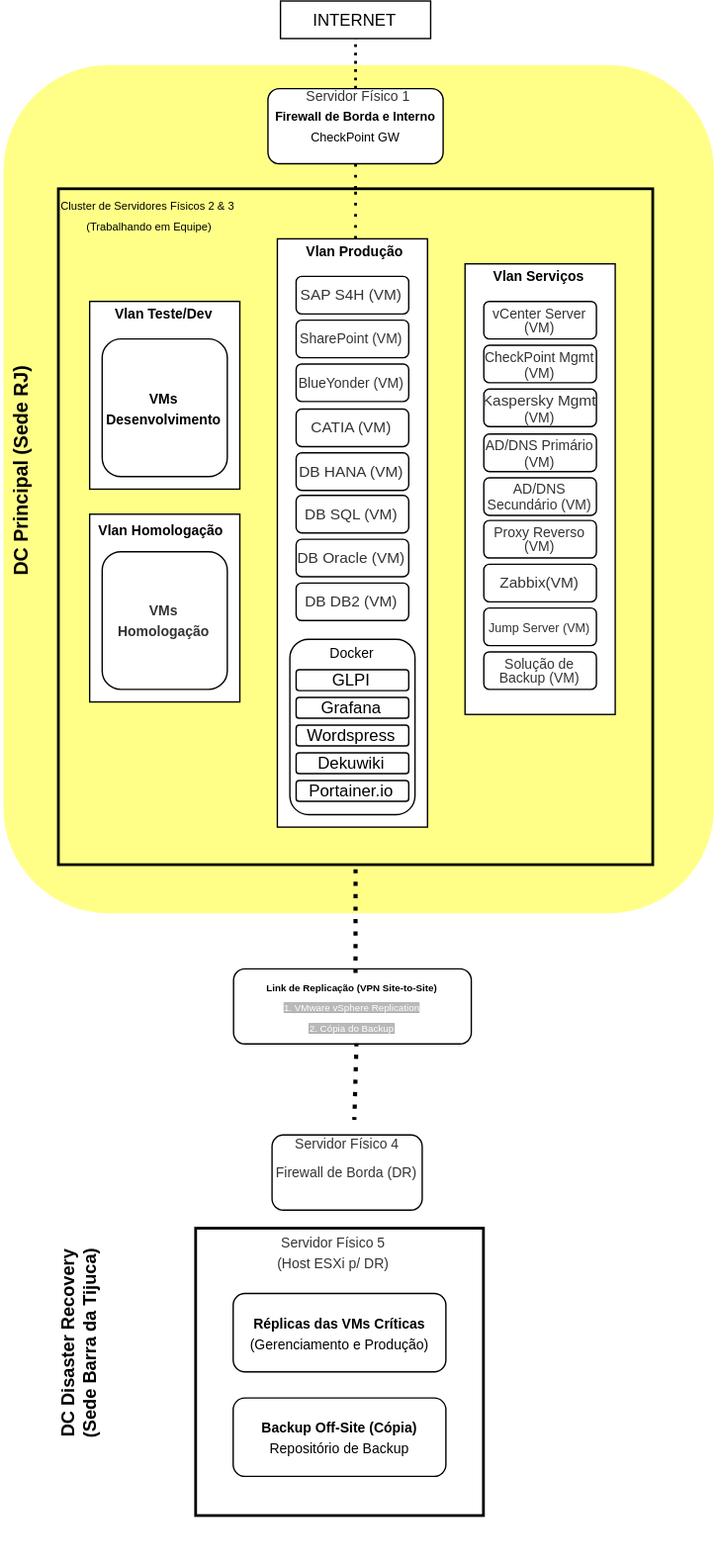
The draw.io diagram New Topografia VW.drawio.svg in amaro-netto/infraestrutura, before a commit. Source tidied: cells renumbered, new cells last; positions are measured from the earlier drawing's top-left corner, leaving out a move shared by most shapes.
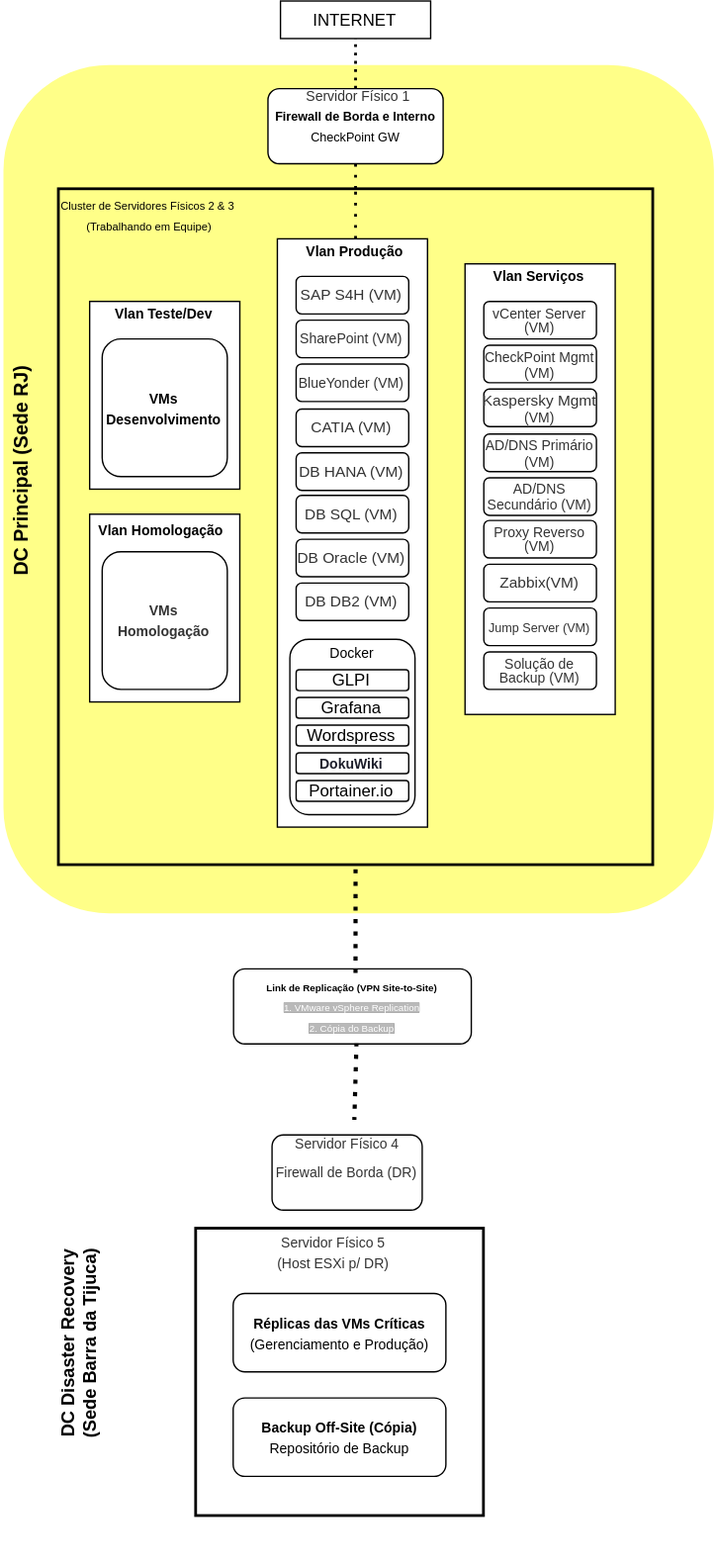
Above is the later version.

What changed in the source:
```diff
@@ -95,7 +95,7 @@
     <mxCell id="32" value="&lt;font face=&quot;trebuchet ms, verdana, arial, sans-serif&quot;&gt;&lt;span style=&quot;text-wrap-mode: nowrap;&quot;&gt;Wordspress&lt;/span&gt;&lt;/font&gt;" style="rounded=1;whiteSpace=wrap;html=1;fillColor=light-dark(#FFFFFF,#4D4D4D);" parent="27" vertex="1">
       <mxGeometry x="4.5" y="62" width="81.4" height="15" as="geometry" />
     </mxCell>
-    <mxCell id="33" value="&lt;font face=&quot;trebuchet ms, verdana, arial, sans-serif&quot;&gt;&lt;span style=&quot;text-wrap-mode: nowrap;&quot;&gt;Dekuwiki&lt;/span&gt;&lt;/font&gt;" style="rounded=1;whiteSpace=wrap;html=1;fillColor=light-dark(#FFFFFF,#4D4D4D);" parent="27" vertex="1">
+    <mxCell id="33" value="&lt;div style=&quot;text-align: start;&quot;&gt;&lt;font style=&quot;font-size: 10px;&quot; face=&quot;Google Sans, Arial, sans-serif&quot; color=&quot;#1d1e2b&quot;&gt;&lt;span&gt;&lt;b&gt;DokuWiki&lt;/b&gt;&lt;/span&gt;&lt;/font&gt;&lt;/div&gt;" style="rounded=1;whiteSpace=wrap;html=1;fillColor=light-dark(#FFFFFF,#4D4D4D);" parent="27" vertex="1">
       <mxGeometry x="4.5" y="82" width="81.4" height="15" as="geometry" />
     </mxCell>
     <mxCell id="34" value="&lt;font face=&quot;trebuchet ms, verdana, arial, sans-serif&quot;&gt;&lt;span style=&quot;text-wrap-mode: nowrap;&quot;&gt;Portainer.io&lt;/span&gt;&lt;/font&gt;" style="rounded=1;whiteSpace=wrap;html=1;fillColor=light-dark(#FFFFFF,#4D4D4D);" parent="27" vertex="1">
```
